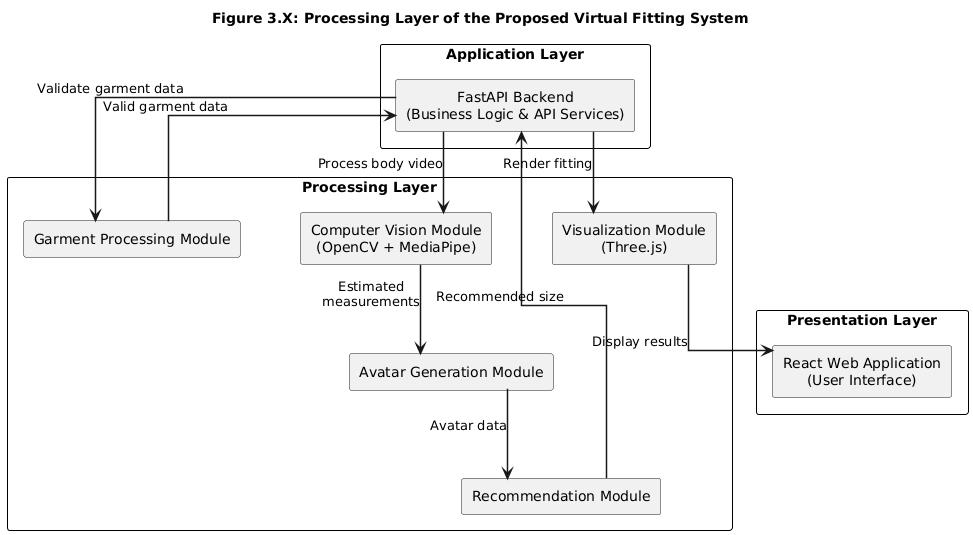
chris-macharia/SmartFit keeps this PlantUML diagram as docs/uml-diagrams/logical_design/system_architecture/processing_layer.png. Above is the earlier version.
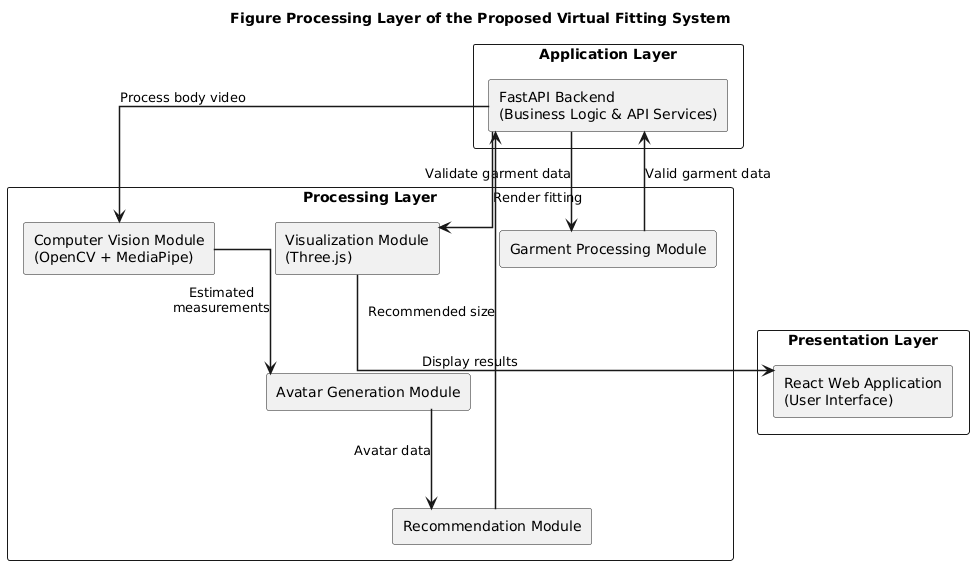
The same file after the commit.

What changed in the source:
```diff
@@ -1,5 +1,5 @@
 @startuml
-title Figure 3.X: Processing Layer of the Proposed Virtual Fitting System
+title Figure Processing Layer of the Proposed Virtual Fitting System
 
 top to bottom direction
 
@@ -7,57 +7,42 @@
 skinparam packageStyle rectangle
 skinparam shadowing false
 skinparam linetype ortho
-skinparam defaultTextAlignment center
 skinparam ArrowThickness 1.5
+skinparam nodesep 60
+skinparam ranksep 90
 
-skinparam packageBorderColor Black
-skinparam packageBackgroundColor White
-
-skinparam nodesep 60
-skinparam ranksep 80
-
-package "Application Layer" {
-
-    component "FastAPI Backend\n(Business Logic & API Services)" as Backend
-
+package "Presentation Layer" as Presentation {
+    component "React Web Application\n(User Interface)" as React
 }
 
-package "Processing Layer" {
-
-    component "Computer Vision Module\n(OpenCV + MediaPipe)" as CV
-
-    component "Avatar Generation Module" as Avatar
-
-    component "Recommendation Module" as Recommend
-
-    component "Visualization Module\n(Three.js)" as Visualize
-
-    component "Garment Processing Module" as Garment
-
+package "Application Layer" as Application {
+    component "FastAPI Backend\n(Business Logic & API Services)" as FastAPI
 }
 
-package "Presentation Layer" {
+package "Processing Layer" as Processing {
 
-    component "React Web Application\n(User Interface)" as React
+    component "Garment Processing Module" as GarmentProcessing
 
+    component "Computer Vision Module\n(OpenCV + MediaPipe)" as ComputerVision
+
+    component "Avatar Generation Module" as AvatarGeneration
+
+    component "Recommendation Module" as Recommendation
+
+    component "Visualization Module\n(Three.js)" as Visualization
 }
 
+FastAPI --> GarmentProcessing : Validate garment data
+GarmentProcessing --> FastAPI : Valid garment data
 
-Backend --> CV : Process body video
+FastAPI --> ComputerVision : Process body video
+ComputerVision --> AvatarGeneration : Estimated\nmeasurements
 
-CV --> Avatar : Estimated\nmeasurements
+FastAPI --> Visualization : Render fitting
 
-Avatar --> Recommend : Avatar data
+AvatarGeneration --> Recommendation : Avatar data
 
-Recommend --> Backend : Recommended size
+Recommendation --> FastAPI : Recommended size
 
-
-Backend --> Visualize : Render fitting
-
-Visualize --> React : Display results
-
-
-Backend ----> Garment : Validate garment data
-
-Garment ----> Backend : Valid garment data
+Visualization --> React : Display results
 @enduml
```
